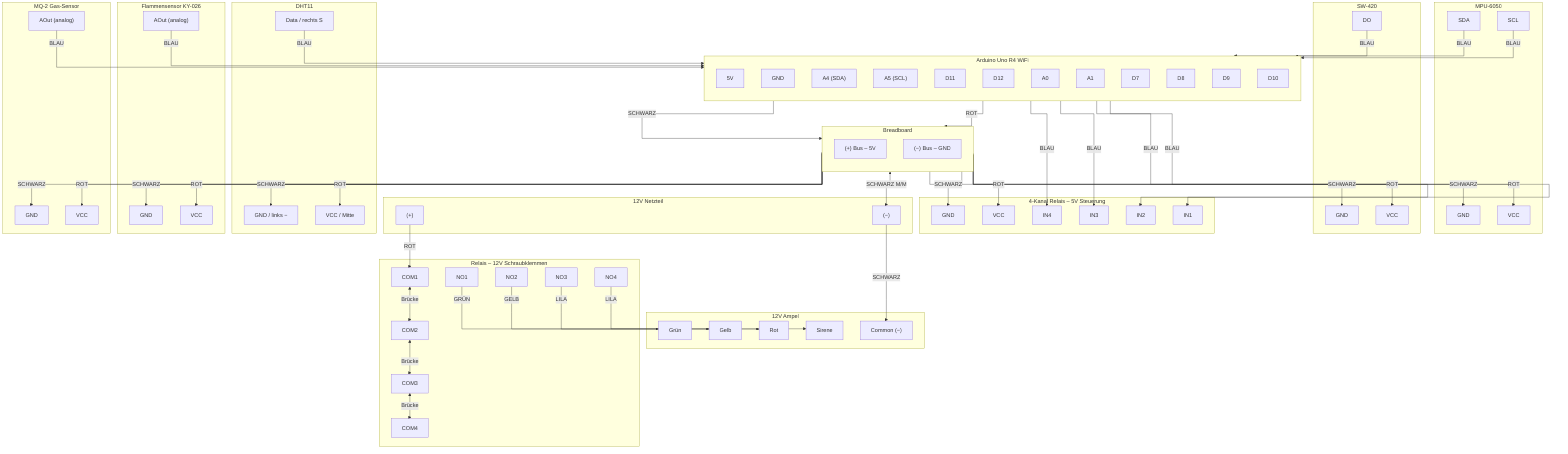
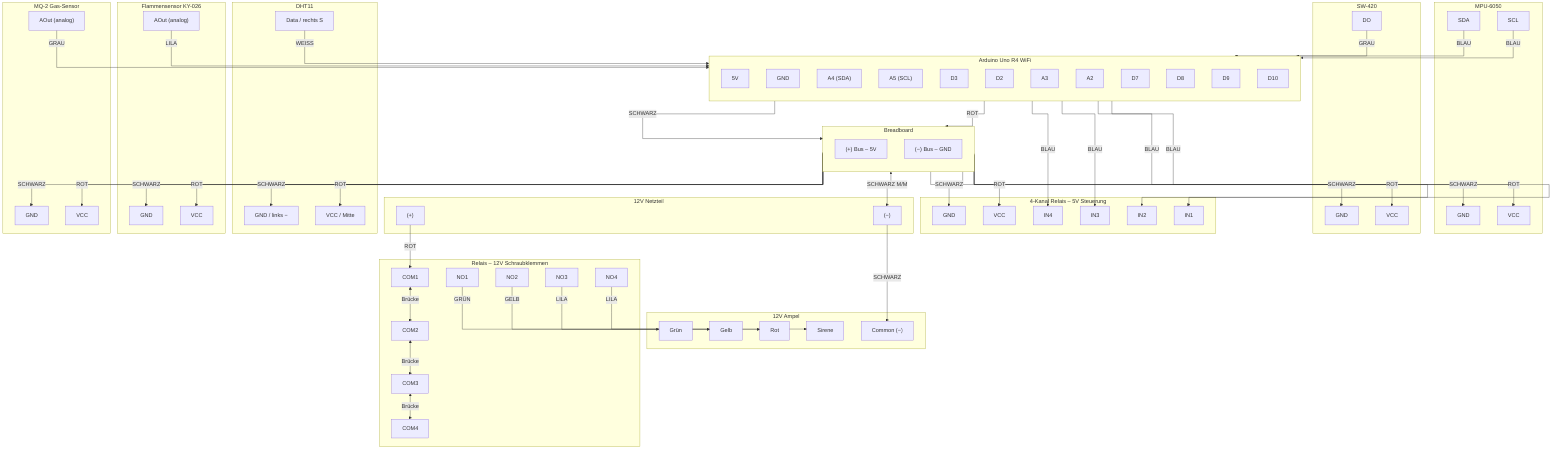
%% OSF Multi-Sensor – Arduino R4 WiFi – Vollständige Breadboard-Verdrahtung
%% Sketch: OSF_MultiSensor_R4WiFi
%% Siehe: arduino-r4-multisensor.md
- %% Stand: 2026-03
+ %% Stand: 2026-06-22

%%{init: {'flowchart': {'curve': 'stepBefore'}}}%%
flowchart TB
    subgraph ARDUINO["Arduino Uno R4 WiFi"]
        direction TB
        A_5V["5V"]
        A_GND["GND"]
        A_A4["A4 (SDA)"]
        A_A5["A5 (SCL)"]
-         A_D11["D11"]
-         A_D12["D12"]
-         A_A0["A0"]
-         A_A1["A1"]
+         A_D3["D3"]
+         A_D2["D2"]
+         A_A3["A3"]
+         A_A2["A2"]
        A_D7["D7"]
        A_D8["D8"]
        A_D9["D9"]
        A_D10["D10"]
    end

    subgraph BB["Breadboard"]
        direction TB
        BB_P["(+) Bus – 5V"]
        BB_M["(−) Bus – GND"]
    end

    subgraph MPU["MPU-6050"]
        MPU_VCC["VCC"]
        MPU_GND["GND"]
        MPU_SDA["SDA"]
        MPU_SCL["SCL"]
    end

    subgraph SW420["SW-420"]
        SW_VCC["VCC"]
        SW_GND["GND"]
        SW_DO["DO"]
    end

    subgraph DHT["DHT11"]
        DHT_VCC["VCC / Mitte"]
        DHT_GND["GND / links −"]
        DHT_DATA["Data / rechts S"]
    end

    subgraph FLAME["Flammensensor KY-026"]
        FL_VCC["VCC"]
        FL_GND["GND"]
        FL_AO["AOut (analog)"]
    end

    subgraph MQ2["MQ-2 Gas-Sensor"]
        MQ2_VCC["VCC"]
        MQ2_GND["GND"]
        MQ2_AO["AOut (analog)"]
    end

    subgraph RELAIS_5V["4-Kanal Relais – 5V Steuerung"]
        R_VCC["VCC"]
        R_GND["GND"]
        R_IN1["IN1"]
        R_IN2["IN2"]
        R_IN3["IN3"]
        R_IN4["IN4"]
    end

    subgraph RELAIS_12V["Relais – 12V Schraubklemmen"]
        R_COM1["COM1"]
        R_COM2["COM2"]
        R_COM3["COM3"]
        R_COM4["COM4"]
        R_NO1["NO1"]
        R_NO2["NO2"]
        R_NO3["NO3"]
        R_NO4["NO4"]
    end

    subgraph DC["12V Netzteil"]
        DC_P["(+)"]
        DC_M["(−)"]
    end

    subgraph AMPEL["12V Ampel"]
        AMP_C["Common (−)"]
        AMP_G["Grün"]
        AMP_Y["Gelb"]
        AMP_R["Rot"]
        AMP_S["Sirene"]
    end

    %% === 5V-Verteilung ===
    A_5V -->|"ROT"| BB_P
    A_GND -->|"SCHWARZ"| BB_M

    BB_P -->|"ROT"| MPU_VCC
    BB_M -->|"SCHWARZ"| MPU_GND
    MPU_SDA -->|"BLAU"| A_A4
    MPU_SCL -->|"BLAU"| A_A5

    BB_P -->|"ROT"| SW_VCC
    BB_M -->|"SCHWARZ"| SW_GND
-     SW_DO -->|"BLAU"| A_D11
+     SW_DO -->|"GRAU"| A_D3

    BB_P -->|"ROT"| DHT_VCC
    BB_M -->|"SCHWARZ"| DHT_GND
-     DHT_DATA -->|"BLAU"| A_D12
+     DHT_DATA -->|"WEISS"| A_D2

    BB_P -->|"ROT"| FL_VCC
    BB_M -->|"SCHWARZ"| FL_GND
-     FL_AO -->|"BLAU"| A_A1
+     FL_AO -->|"LILA"| A_A2

    BB_P -->|"ROT"| MQ2_VCC
    BB_M -->|"SCHWARZ"| MQ2_GND
-     MQ2_AO -->|"BLAU"| A_A0
+     MQ2_AO -->|"GRAU"| A_A3

    BB_P -->|"ROT"| R_VCC
    BB_M -->|"SCHWARZ"| R_GND
    A_D7 -->|"BLAU"| R_IN1
    A_D8 -->|"BLAU"| R_IN2
    A_D9 -->|"BLAU"| R_IN3
    A_D10 -->|"BLAU"| R_IN4

    %% === 12V-Kette (COM muss durchgängig 12V+ haben!) ===
    DC_P -->|"ROT"| R_COM1
    R_COM1 <-->|"Brücke"| R_COM2
    R_COM2 <-->|"Brücke"| R_COM3
    R_COM3 <-->|"Brücke"| R_COM4

    DC_M -->|"SCHWARZ"| AMP_C

    R_NO1 -->|"GRÜN"| AMP_G
    R_NO2 -->|"GELB"| AMP_Y
    R_NO3 -->|"LILA"| AMP_R
    R_NO4 -->|"LILA"| AMP_S

    %% === Common Ground (KRITISCH!) ===
    BB_M <-->|"SCHWARZ M/M"| DC_M
